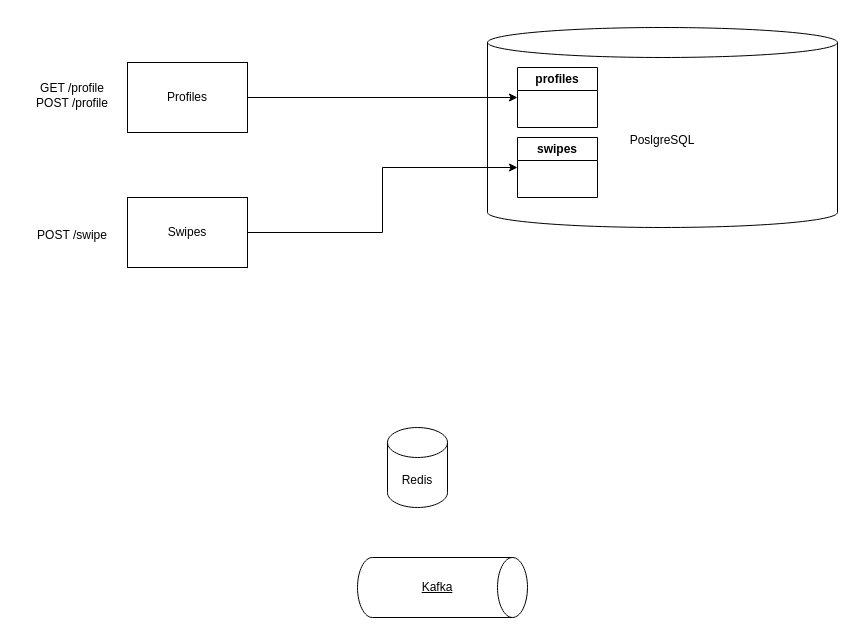
Above: docs/architecture.drawio in oliver416/highload (draw.io), before the change. Source tidied: cells renumbered, new cells numbered last; positions are measured from the earlier drawing's top-left corner, leaving out a move shared by most shapes. Both pictures are drawn from the tidied source at 100%, with x=0, y=0 at pixel (17, 27).
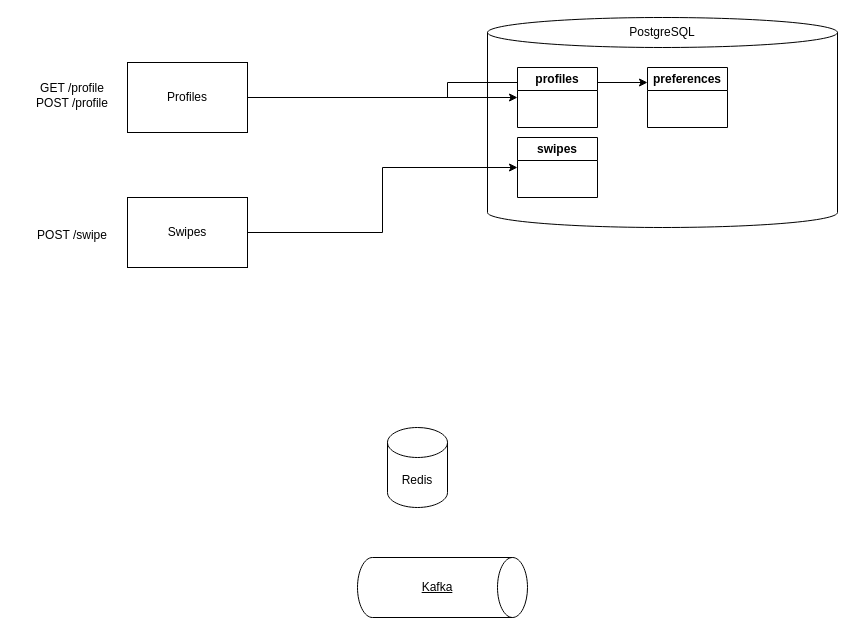
The same diagram, later.

Commit message (it also covers changes not shown here):
ADD: preferences endpoint to profile service

What changed in the source:
```diff
@@
 <mxGraphModel>
   <root>
     <mxCell id="0" />
     <mxCell id="1" parent="0" />
+    <mxCell id="16" style="group;" parent="1" vertex="1">
+      <mxGeometry x="470" y="-10" width="350" height="210" as="geometry" />
+    </mxCell>
+    <mxCell id="8" style="shape=cylinder3;whiteSpace=wrap;html=1;boundedLbl=1;backgroundOutline=1;size=15;" parent="16" vertex="1">
+      <mxGeometry width="350" height="210" as="geometry" />
+    </mxCell>
+    <mxCell id="17" value="PostgreSQL" style="text;html=1;align=center;verticalAlign=middle;whiteSpace=wrap;rounded=0;" parent="16" vertex="1">
+      <mxGeometry x="145" width="60" height="30" as="geometry" />
+    </mxCell>
+    <mxCell id="18" value="preferences" style="swimlane;whiteSpace=wrap;html=1;" parent="16" vertex="1">
+      <mxGeometry x="160" y="50" width="80" height="60" as="geometry" />
+    </mxCell>
     <mxCell id="2" value="Redis" style="shape=cylinder3;whiteSpace=wrap;html=1;boundedLbl=1;backgroundOutline=1;size=15;" parent="1" vertex="1">
       <mxGeometry x="370" y="400" width="60" height="80" as="geometry" />
     </mxCell>
     <mxCell id="3" style="group;" parent="1" vertex="1">
       <mxGeometry x="340" y="530" width="170" height="60" as="geometry" />
     </mxCell>
     <mxCell id="4" style="group;" parent="3" vertex="1">
       <mxGeometry width="170" height="60" as="geometry" />
     </mxCell>
     <mxCell id="5" style="shape=cylinder3;whiteSpace=wrap;html=1;boundedLbl=1;backgroundOutline=1;size=15;rotation=90;fontStyle=4;" parent="4" vertex="1">
       <mxGeometry x="55" y="-55" width="60" height="170" as="geometry" />
     </mxCell>
     <mxCell id="6" value="Kafka" style="text;html=1;align=center;verticalAlign=middle;whiteSpace=wrap;rounded=0;fontStyle=4;" parent="4" vertex="1">
       <mxGeometry x="50" y="15" width="60" height="30" as="geometry" />
     </mxCell>
+    <mxCell id="19" style="edgeStyle=orthogonalEdgeStyle;rounded=0;jettySize=auto;html=1;entryX=0;entryY=0.25;entryDx=0;entryDy=0;" parent="1" edge="1" source="7" target="18">
+      <mxGeometry relative="1" as="geometry" />
+    </mxCell>
     <mxCell id="7" value="Profiles" style="rounded=0;whiteSpace=wrap;html=1;" parent="1" vertex="1">
       <mxGeometry x="110" y="35" width="120" height="70" as="geometry" />
     </mxCell>
-    <mxCell id="8" value="PoslgreSQL" style="shape=cylinder3;whiteSpace=wrap;html=1;boundedLbl=1;backgroundOutline=1;size=15;" parent="1" vertex="1">
-      <mxGeometry x="470" width="350" height="200" as="geometry" />
-    </mxCell>
     <mxCell id="9" value="profiles" style="swimlane;whiteSpace=wrap;html=1;" parent="1" vertex="1">
       <mxGeometry x="500" y="40" width="80" height="60" as="geometry" />
     </mxCell>
     <mxCell id="10" value="swipes" style="swimlane;whiteSpace=wrap;html=1;" parent="1" vertex="1">
       <mxGeometry x="500" y="110" width="80" height="60" as="geometry" />
     </mxCell>
     <mxCell id="11" style="edgeStyle=orthogonalEdgeStyle;rounded=0;jettySize=auto;html=1;entryX=0;entryY=0.5;entryDx=0;entryDy=0;" parent="1" edge="1" source="7" target="9">
       <mxGeometry relative="1" as="geometry" />
     </mxCell>
     <mxCell id="12" value="GET /profile&lt;div&gt;POST /profile&lt;/div&gt;" style="text;html=1;align=center;verticalAlign=middle;whiteSpace=wrap;rounded=0;" parent="1" vertex="1">
       <mxGeometry y="35" width="110" height="65" as="geometry" />
     </mxCell>
     <mxCell id="13" style="edgeStyle=orthogonalEdgeStyle;rounded=0;jettySize=auto;html=1;entryX=0;entryY=0.5;entryDx=0;entryDy=0;" parent="1" edge="1" source="14" target="10">
       <mxGeometry relative="1" as="geometry" />
     </mxCell>
     <mxCell id="14" value="Swipes" style="rounded=0;whiteSpace=wrap;html=1;" parent="1" vertex="1">
       <mxGeometry x="110" y="170" width="120" height="70" as="geometry" />
     </mxCell>
     <mxCell id="15" value="&lt;div&gt;POST /swipe&lt;/div&gt;" style="text;html=1;align=center;verticalAlign=middle;whiteSpace=wrap;rounded=0;" parent="1" vertex="1">
       <mxGeometry y="175" width="110" height="65" as="geometry" />
     </mxCell>
   </root>
 </mxGraphModel>
```
